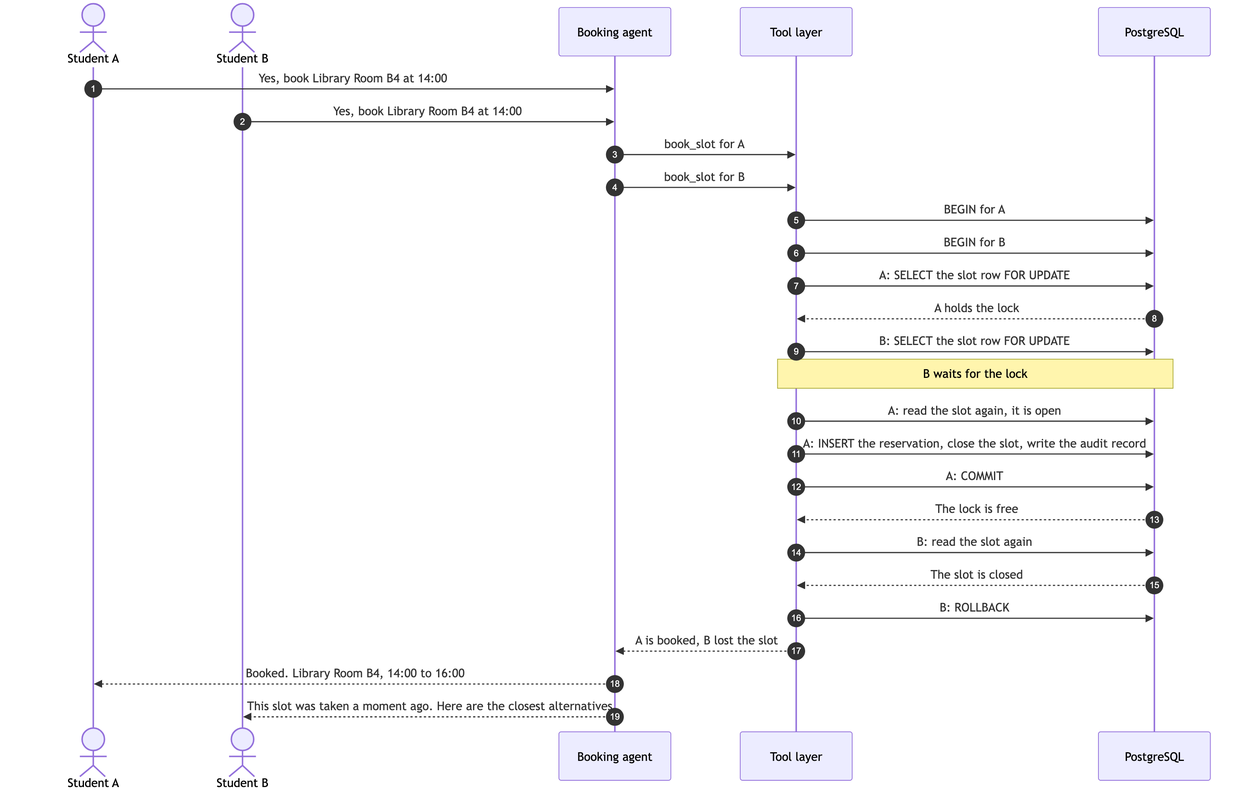
SaiWaiYanLynn/smart-university-website keeps this Mermaid diagram as design/diagrams/05_sequence_booking.png. Above is the earlier version. Its source is kept beside it as design/diagrams/05_sequence_booking.mmd.
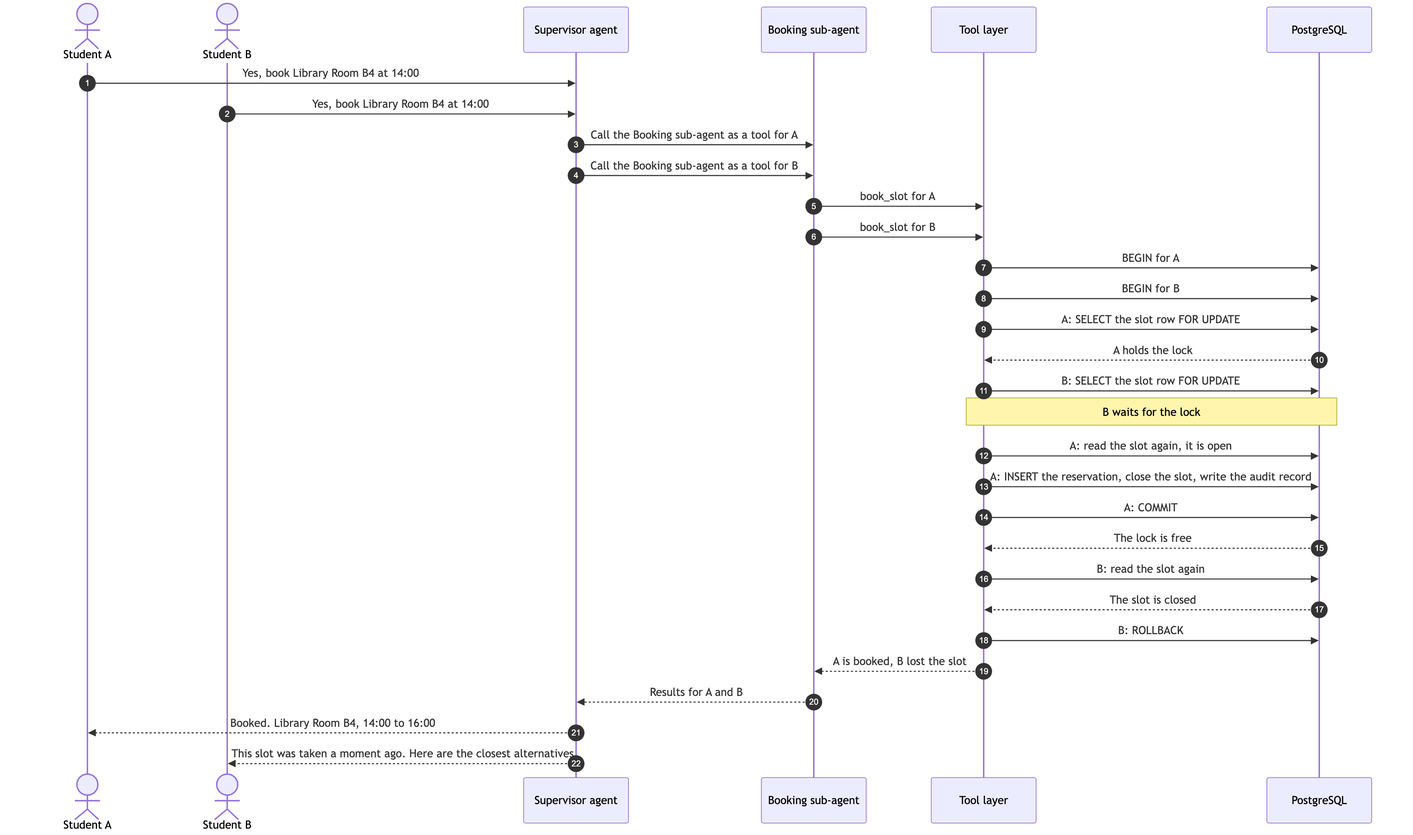
Above is the later version.

Diff of the diagram source:
```diff
@@ -2,12 +2,15 @@
   autonumber
   actor A as Student A
   actor B as Student B
-  participant AG as Booking agent
+  participant SUP as Supervisor agent
+  participant AG as Booking sub-agent
   participant TL as Tool layer
   participant DB as PostgreSQL
 
-  A->>AG: Yes, book Library Room B4 at 14:00
-  B->>AG: Yes, book Library Room B4 at 14:00
+  A->>SUP: Yes, book Library Room B4 at 14:00
+  B->>SUP: Yes, book Library Room B4 at 14:00
+  SUP->>AG: Call the Booking sub-agent as a tool for A
+  SUP->>AG: Call the Booking sub-agent as a tool for B
   AG->>TL: book_slot for A
   AG->>TL: book_slot for B
   TL->>DB: BEGIN for A
@@ -24,5 +27,6 @@
   DB-->>TL: The slot is closed
   TL->>DB: B: ROLLBACK
   TL-->>AG: A is booked, B lost the slot
-  AG-->>A: Booked. Library Room B4, 14:00 to 16:00
-  AG-->>B: This slot was taken a moment ago. Here are the closest alternatives
+  AG-->>SUP: Results for A and B
+  SUP-->>A: Booked. Library Room B4, 14:00 to 16:00
+  SUP-->>B: This slot was taken a moment ago. Here are the closest alternatives
```
